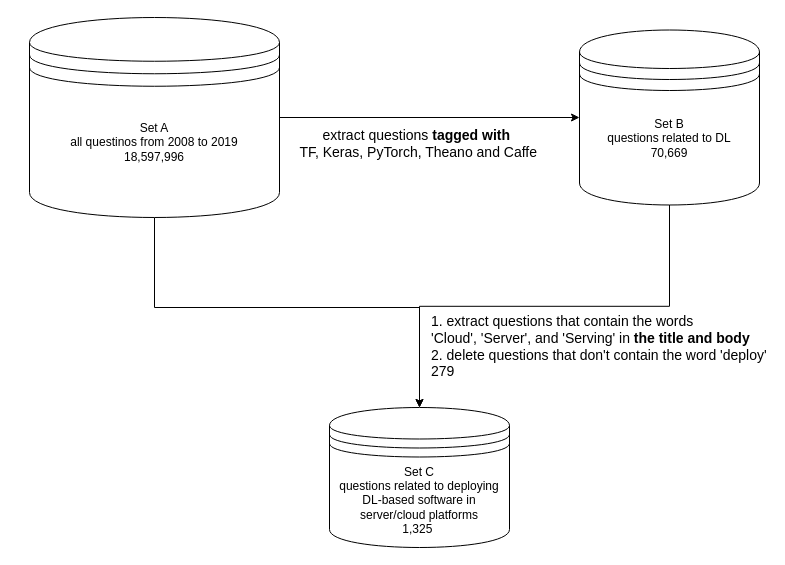
This is 0813.drawio from xpxxx/draw_storage, a draw.io file, before an edit. Source tidied: cells renumbered, new cells numbered last; positions are measured from the earlier drawing's top-left corner, leaving out a move shared by most shapes. Both pictures are drawn from the tidied source at 100%, with x=0, y=0 at pixel (29, 17).
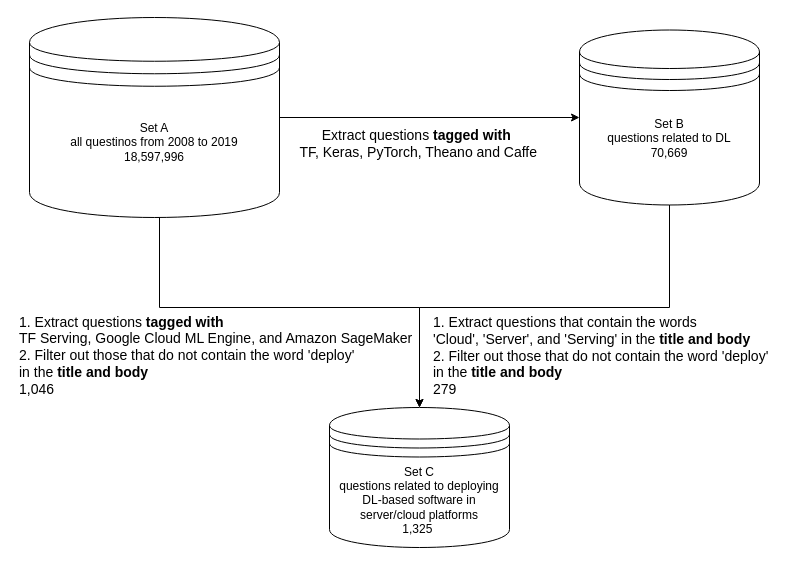
The same diagram, later.

Diff of the diagram source:
```diff
@@
 <mxGraphModel>
   <root>
     <mxCell id="0" />
     <mxCell id="1" parent="0" />
     <mxCell id="2" style="edgeStyle=orthogonalEdgeStyle;rounded=0;jettySize=auto;html=1;exitX=1;exitY=0.5;exitDx=0;exitDy=0;entryX=0;entryY=0.5;entryDx=0;entryDy=0;" parent="1" edge="1" source="5" target="8">
       <mxGeometry relative="1" as="geometry" />
     </mxCell>
-    <mxCell id="3" value="&amp;nbsp; &amp;nbsp; extract questions&lt;b&gt; tagged with &lt;/b&gt;&lt;br style=&quot;font-size: 14px;&quot;&gt;&amp;nbsp; &amp;nbsp; &amp;nbsp;TF, Keras, PyTorch, Theano and Caffe" style="edgeLabel;html=1;align=center;verticalAlign=top;fontSize=14;" parent="2" vertex="1">
+    <mxCell id="3" value="&amp;nbsp; &amp;nbsp; Extract questions&lt;b&gt; tagged with &lt;/b&gt;&lt;br style=&quot;font-size: 14px;&quot;&gt;&amp;nbsp; &amp;nbsp; &amp;nbsp;TF, Keras, PyTorch, Theano and Caffe" style="edgeLabel;html=1;align=center;verticalAlign=top;fontSize=14;" parent="2" vertex="1">
       <mxGeometry x="-0.15" y="-3" relative="1" as="geometry" />
     </mxCell>
     <mxCell id="4" style="edgeStyle=orthogonalEdgeStyle;rounded=0;jettySize=auto;html=1;exitX=0.5;exitY=1;exitDx=0;exitDy=0;entryX=0.5;entryY=0;entryDx=0;entryDy=0;" parent="1" edge="1" source="5" target="9">
       <mxGeometry relative="1" as="geometry">
         <Array as="points">
-          <mxPoint x="125" y="290" />
+          <mxPoint x="130" y="290" />
           <mxPoint x="390" y="290" />
         </Array>
       </mxGeometry>
     </mxCell>
+    <mxCell id="10" value="1. Extract questions &lt;b&gt;tagged with &lt;/b&gt;&lt;br style=&quot;font-size: 14px;&quot;&gt;&lt;div style=&quot;font-size: 14px;&quot;&gt;TF Serving, Google Cloud ML Engine, and Amazon SageMaker&lt;/div&gt;&lt;div style=&quot;font-size: 14px;&quot;&gt;2. Filter out those that do not contain the word 'deploy'&amp;nbsp;&lt;/div&gt;&lt;div style=&quot;font-size: 14px;&quot;&gt;in the&lt;b&gt; title and body&lt;/b&gt;&lt;/div&gt;&lt;div style=&quot;font-size: 14px;&quot;&gt;1,046&lt;/div&gt;" style="edgeLabel;html=1;align=left;verticalAlign=middle;fontSize=14;" parent="4" vertex="1">
+      <mxGeometry x="-0.4" y="1" relative="1" as="geometry">
+        <mxPoint x="-184" y="48" as="offset" />
+      </mxGeometry>
+    </mxCell>
     <mxCell id="5" value="Set A&lt;br&gt;all questinos from 2008 to 2019&lt;br&gt;18,597,996&lt;br&gt;&amp;nbsp; &amp;nbsp;" style="shape=datastore;whiteSpace=wrap;html=1;" parent="1" vertex="1">
       <mxGeometry width="250" height="200" as="geometry" />
     </mxCell>
     <mxCell id="6" style="edgeStyle=orthogonalEdgeStyle;rounded=0;jettySize=auto;html=1;exitX=0.5;exitY=1;exitDx=0;exitDy=0;entryX=0.5;entryY=0;entryDx=0;entryDy=0;" parent="1" edge="1" source="8" target="9">
-      <mxGeometry relative="1" as="geometry" />
+      <mxGeometry relative="1" as="geometry">
+        <Array as="points">
+          <mxPoint x="640" y="290" />
+          <mxPoint x="390" y="290" />
+        </Array>
+      </mxGeometry>
     </mxCell>
-    <mxCell id="7" value="1. extract questions that contain the words &lt;br style=&quot;font-size: 14px;&quot;&gt;'Cloud', 'Server', and 'Serving' in &lt;b style=&quot;font-size: 14px;&quot;&gt;the title and body&lt;/b&gt;&lt;br style=&quot;font-size: 14px;&quot;&gt;2. delete questions that don't contain the word 'deploy'&lt;br style=&quot;font-size: 14px;&quot;&gt;279" style="edgeLabel;html=1;align=left;verticalAlign=top;fontSize=14;" parent="6" vertex="1">
+    <mxCell id="7" value="1. Extract questions that contain the words &lt;br style=&quot;font-size: 14px;&quot;&gt;'Cloud', 'Server', and 'Serving' in &lt;span style=&quot;font-size: 14px;&quot;&gt;the&lt;/span&gt;&lt;b style=&quot;font-size: 14px;&quot;&gt; title and body&lt;/b&gt;&lt;br style=&quot;font-size: 14px;&quot;&gt;2. Filter out those that do not contain the word 'deploy'&lt;br&gt;in the&lt;b style=&quot;border-color: var(--border-color);&quot;&gt;&amp;nbsp;title and body&lt;/b&gt;&lt;br style=&quot;font-size: 14px;&quot;&gt;279" style="edgeLabel;html=1;align=left;verticalAlign=top;fontSize=14;" parent="6" vertex="1">
       <mxGeometry x="0.04" relative="1" as="geometry">
         <mxPoint x="-106" as="offset" />
       </mxGeometry>
     </mxCell>
     <mxCell id="8" value="Set B&lt;br&gt;questions related to DL&lt;br&gt;70,669&lt;br&gt;&amp;nbsp; &amp;nbsp;" style="shape=datastore;whiteSpace=wrap;html=1;" parent="1" vertex="1">
       <mxGeometry x="550" y="12.5" width="180" height="175" as="geometry" />
     </mxCell>
     <mxCell id="9" value="Set C&lt;br&gt;questions related to deploying DL-based software in server/cloud platforms&lt;br&gt;1,325&amp;nbsp;" style="shape=datastore;whiteSpace=wrap;html=1;" parent="1" vertex="1">
       <mxGeometry x="300" y="390" width="180" height="140" as="geometry" />
     </mxCell>
   </root>
 </mxGraphModel>
```
